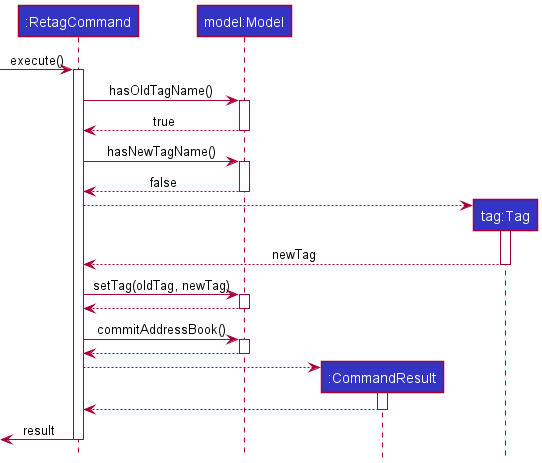
nus-cs2103-AY2021S1/tp keeps this PlantUML diagram as docs/images/RetagSequenceDiagram.png. Above is the earlier version.
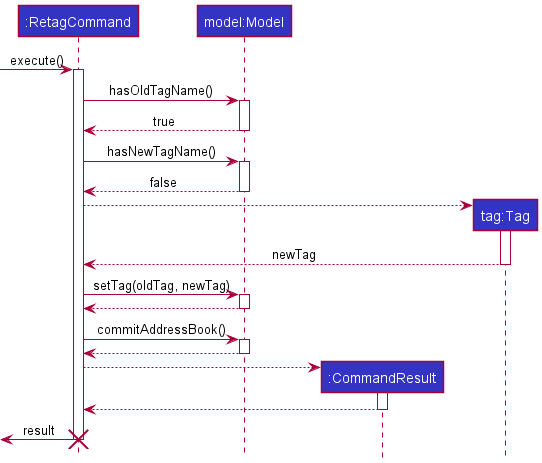
After the commit.

What changed in the source:
```diff
@@ -49,5 +49,6 @@
 
 [<- RetagCommand : result
 deactivate RetagCommand
+destroy RetagCommand
 
 @enduml
```
